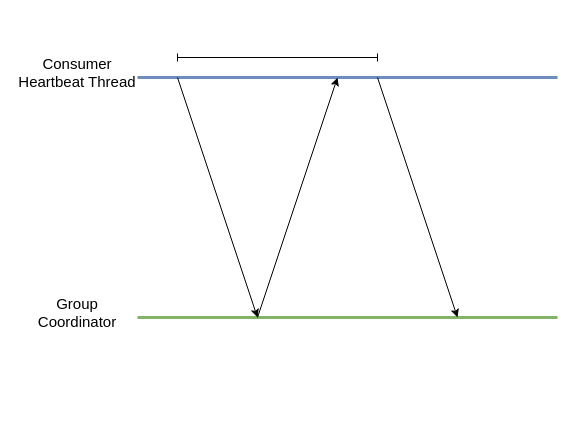
Before: drawio/kafka/kafka-rebalancing-bg-info-5.drawio in windowforsun/blog, a draw.io diagram. Source tidied: cells renumbered, new cells numbered last; positions are measured from the earlier drawing's top-left corner, leaving out a move shared by most shapes. Both pictures are drawn from the tidied source at 100%, with x=0, y=0 at pixel (17, 57).
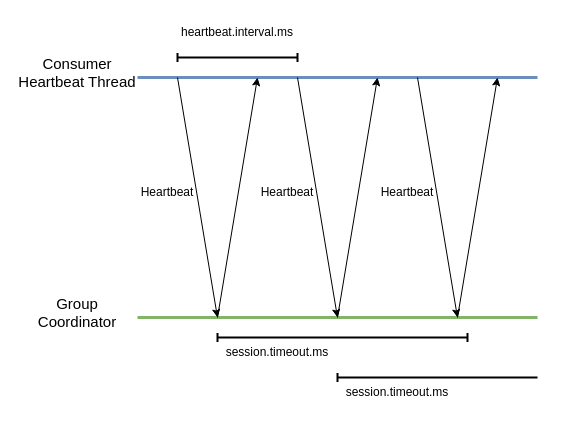
The same diagram, later.

The edit, as a diff of the source:
```diff
@@
     <mxCell id="2" style="endArrow=none;html=1;rounded=0;strokeWidth=3;fillColor=#dae8fc;strokeColor=#6c8ebf;" parent="1" edge="1">
       <mxGeometry relative="1" as="geometry">
         <mxPoint x="120" y="20" as="sourcePoint" />
-        <mxPoint x="540" y="20" as="targetPoint" />
+        <mxPoint x="520" y="20" as="targetPoint" />
       </mxGeometry>
     </mxCell>
     <mxCell id="3" style="endArrow=none;html=1;rounded=0;strokeWidth=3;fillColor=#d5e8d4;strokeColor=#82b366;" parent="1" edge="1">
       <mxGeometry relative="1" as="geometry">
         <mxPoint x="120" y="260" as="sourcePoint" />
-        <mxPoint x="540" y="260" as="targetPoint" />
+        <mxPoint x="520" y="260" as="targetPoint" />
       </mxGeometry>
     </mxCell>
@@
     <mxCell id="6" style="endArrow=classic;html=1;rounded=0;" parent="1" edge="1">
       <mxGeometry relative="1" as="geometry">
         <mxPoint x="160" y="20" as="sourcePoint" />
-        <mxPoint x="240" y="260" as="targetPoint" />
+        <mxPoint x="200" y="260" as="targetPoint" />
       </mxGeometry>
     </mxCell>
     <mxCell id="7" style="endArrow=classic;html=1;rounded=0;" parent="1" edge="1">
       <mxGeometry relative="1" as="geometry">
-        <mxPoint x="240" y="260" as="sourcePoint" />
-        <mxPoint x="320" y="20" as="targetPoint" />
+        <mxPoint x="200" y="260" as="sourcePoint" />
+        <mxPoint x="240" y="20" as="targetPoint" />
       </mxGeometry>
     </mxCell>
-    <mxCell id="8" style="endArrow=baseDash;html=1;rounded=0;endFill=0;startArrow=baseDash;startFill=0;" parent="1" edge="1">
+    <mxCell id="8" style="endArrow=baseDash;html=1;rounded=0;endFill=0;startArrow=baseDash;startFill=0;strokeWidth=2;" parent="1" edge="1">
       <mxGeometry relative="1" as="geometry">
-        <mxPoint x="360" as="sourcePoint" />
+        <mxPoint x="280" as="sourcePoint" />
         <mxPoint x="160" as="targetPoint" />
       </mxGeometry>
     </mxCell>
     <mxCell id="9" style="endArrow=classic;html=1;rounded=0;" parent="1" edge="1">
       <mxGeometry relative="1" as="geometry">
-        <mxPoint x="360" y="20" as="sourcePoint" />
-        <mxPoint x="440" y="260" as="targetPoint" />
+        <mxPoint x="280" y="20" as="sourcePoint" />
+        <mxPoint x="320" y="260" as="targetPoint" />
       </mxGeometry>
     </mxCell>
+    <mxCell id="10" style="endArrow=classic;html=1;rounded=0;" parent="1" edge="1">
+      <mxGeometry relative="1" as="geometry">
+        <mxPoint x="320" y="260" as="sourcePoint" />
+        <mxPoint x="360" y="20" as="targetPoint" />
+      </mxGeometry>
+    </mxCell>
+    <mxCell id="11" style="endArrow=baseDash;html=1;rounded=0;endFill=0;startArrow=baseDash;startFill=0;strokeWidth=2;" parent="1" edge="1">
+      <mxGeometry relative="1" as="geometry">
+        <mxPoint x="450" y="280" as="sourcePoint" />
+        <mxPoint x="200" y="280" as="targetPoint" />
+      </mxGeometry>
+    </mxCell>
+    <mxCell id="12" style="endArrow=classic;html=1;rounded=0;" parent="1" edge="1">
+      <mxGeometry relative="1" as="geometry">
+        <mxPoint x="400" y="20" as="sourcePoint" />
+        <mxPoint x="440" y="260" as="targetPoint" />
+      </mxGeometry>
+    </mxCell>
+    <mxCell id="13" style="endArrow=classic;html=1;rounded=0;" parent="1" edge="1">
+      <mxGeometry relative="1" as="geometry">
+        <mxPoint x="440" y="260" as="sourcePoint" />
+        <mxPoint x="480" y="20" as="targetPoint" />
+      </mxGeometry>
+    </mxCell>
+    <mxCell id="14" value="Heartbeat" style="text;html=1;strokeColor=none;fillColor=none;align=center;verticalAlign=middle;whiteSpace=wrap;rounded=0;" parent="1" vertex="1">
+      <mxGeometry x="120" y="120" width="60" height="30" as="geometry" />
+    </mxCell>
+    <mxCell id="15" value="Heartbeat" style="text;html=1;strokeColor=none;fillColor=none;align=center;verticalAlign=middle;whiteSpace=wrap;rounded=0;" parent="1" vertex="1">
+      <mxGeometry x="240" y="120" width="60" height="30" as="geometry" />
+    </mxCell>
+    <mxCell id="16" value="Heartbeat" style="text;html=1;strokeColor=none;fillColor=none;align=center;verticalAlign=middle;whiteSpace=wrap;rounded=0;" parent="1" vertex="1">
+      <mxGeometry x="360" y="120" width="60" height="30" as="geometry" />
+    </mxCell>
+    <mxCell id="17" style="endArrow=baseDash;html=1;rounded=0;endFill=0;startArrow=none;startFill=0;strokeWidth=2;" parent="1" edge="1">
+      <mxGeometry relative="1" as="geometry">
+        <mxPoint x="520" y="320" as="sourcePoint" />
+        <mxPoint x="320" y="320" as="targetPoint" />
+      </mxGeometry>
+    </mxCell>
+    <mxCell id="18" value="heartbeat.interval.ms" style="text;html=1;strokeColor=none;fillColor=none;align=center;verticalAlign=middle;whiteSpace=wrap;rounded=0;" parent="1" vertex="1">
+      <mxGeometry x="160" y="-40" width="120" height="30" as="geometry" />
+    </mxCell>
+    <mxCell id="19" value="session.timeout.ms" style="text;html=1;strokeColor=none;fillColor=none;align=center;verticalAlign=middle;whiteSpace=wrap;rounded=0;" parent="1" vertex="1">
+      <mxGeometry x="200" y="280" width="120" height="30" as="geometry" />
+    </mxCell>
+    <mxCell id="20" value="session.timeout.ms" style="text;html=1;strokeColor=none;fillColor=none;align=center;verticalAlign=middle;whiteSpace=wrap;rounded=0;" parent="1" vertex="1">
+      <mxGeometry x="320" y="320" width="120" height="30" as="geometry" />
+    </mxCell>
```
